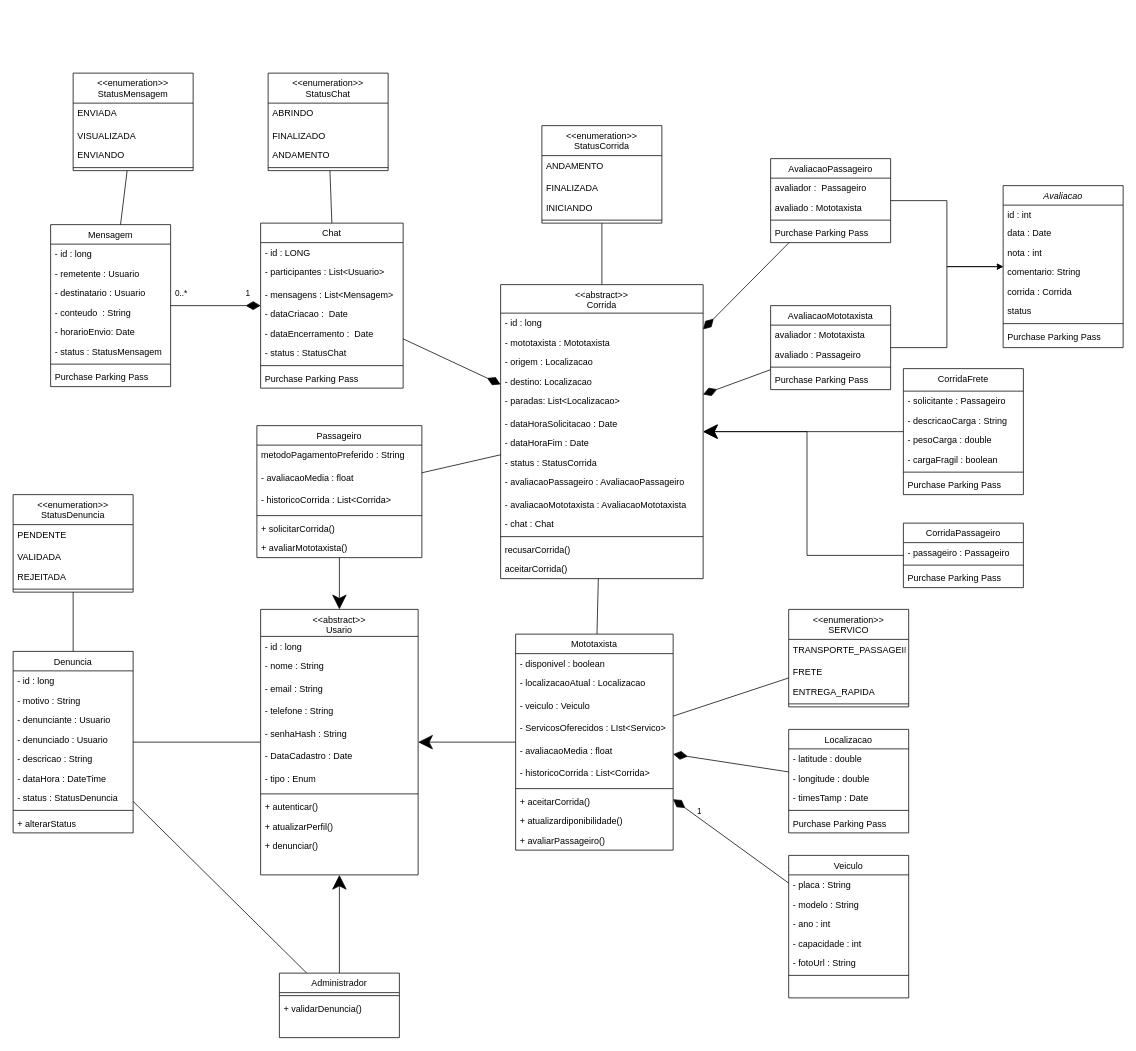
josevictoraraujorojas/Route-Pires keeps this draw.io diagram as Diagrama de classe.drawio. Above is the earlier version. Source tidied: cells renumbered, new cells numbered last; positions are measured from the earlier drawing's top-left corner, leaving out a move shared by most shapes. Both pictures are drawn from the tidied source at 75%, with x=0, y=0 at pixel (13, 73).
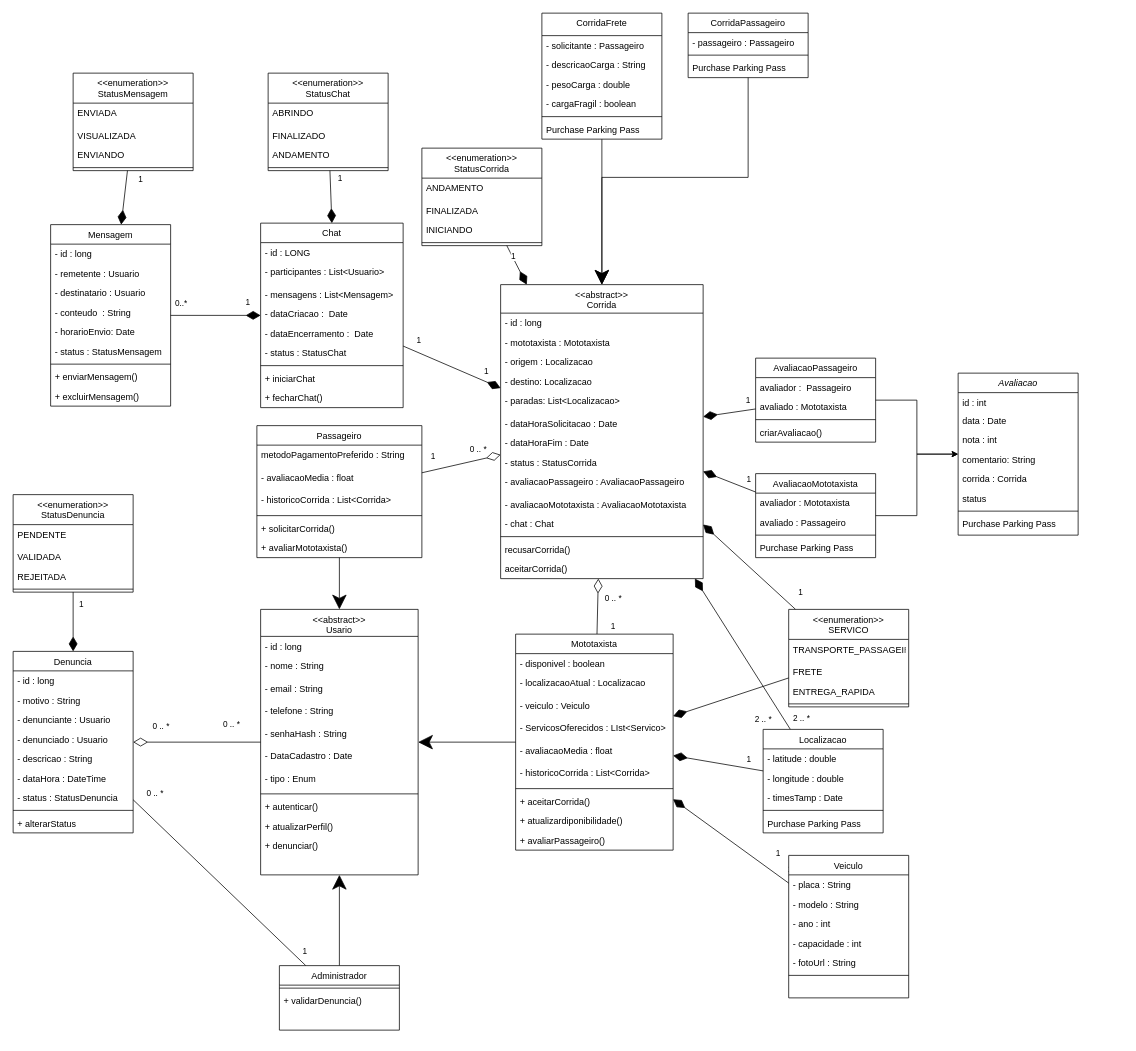
The same diagram, later.

The change refers to these unchanged cells:
```xml
<mxCell id="2" style="rounded=0;jettySize=auto;html=1;endArrow=diamondThin;endFill=1;endSize=17;" parent="1" edge="1" source="34" target="3">
  <mxGeometry relative="1" as="geometry" />
</mxCell>
<mxCell id="3" value="&lt;&lt;abstract&gt;&gt;&#10;Corrida" style="swimlane;fontStyle=0;align=center;verticalAlign=top;horizontal=1;startSize=38;rounded=0;shadow=0;strokeWidth=1;" parent="1" vertex="1">
  <mxGeometry x="650" y="282" width="270" height="392" as="geometry" />
</mxCell>
<mxCell id="68" style="rounded=0;jettySize=auto;html=1;endArrow=diamondThin;endFill=1;endSize=17;" parent="1" edge="1" source="69" target="3">
  <mxGeometry relative="1" as="geometry" />
</mxCell>
<mxCell id="74" style="rounded=0;jettySize=auto;html=1;endArrow=diamondThin;endFill=1;endSize=17;" parent="1" edge="1" source="62" target="3">
  <mxGeometry relative="1" as="geometry" />
</mxCell>
<mxCell id="77" value="Mototaxista" style="swimlane;fontStyle=0;align=center;verticalAlign=top;horizontal=1;startSize=26;rounded=0;shadow=0;strokeWidth=1;" parent="1" vertex="1">
  <mxGeometry x="670" y="748" width="210" height="288" as="geometry" />
</mxCell>
<mxCell id="88" style="rounded=0;jettySize=auto;html=1;endArrow=diamondThin;endFill=1;endSize=17;" parent="1" edge="1" source="91" target="77">
  <mxGeometry relative="1" as="geometry" />
</mxCell>
<mxCell id="99" value="&lt;&lt;abstract&gt;&gt;&#10;Usario" style="swimlane;fontStyle=0;align=center;verticalAlign=top;horizontal=1;startSize=36;rounded=0;shadow=0;strokeWidth=1;" parent="1" vertex="1">
  <mxGeometry x="330" y="715" width="210" height="354" as="geometry" />
</mxCell>
<mxCell id="113" value="Passageiro" style="swimlane;fontStyle=0;align=center;verticalAlign=top;horizontal=1;startSize=26;rounded=0;shadow=0;strokeWidth=1;" parent="1" vertex="1">
  <mxGeometry x="325" y="470" width="220" height="176" as="geometry" />
</mxCell>
<mxCell id="120" style="rounded=0;jettySize=auto;html=1;endArrow=diamondThin;endFill=1;endSize=17;" parent="1" edge="1" source="121" target="77">
  <mxGeometry relative="1" as="geometry" />
</mxCell>
<mxCell id="127" style="rounded=0;jettySize=auto;html=1;endArrow=none;startFill=0;" parent="1" edge="1" source="129" target="132">
  <mxGeometry relative="1" as="geometry" />
</mxCell>
<mxCell id="132" value="Denuncia" style="swimlane;fontStyle=0;align=center;verticalAlign=top;horizontal=1;startSize=26;rounded=0;shadow=0;strokeWidth=1;" parent="1" vertex="1">
  <mxGeometry y="771" width="160" height="242" as="geometry" />
</mxCell>
<mxCell id="143" value="&lt;&lt;enumeration&gt;&gt;&#10;StatusDenuncia" style="swimlane;fontStyle=0;align=center;verticalAlign=top;horizontal=1;startSize=40;rounded=0;shadow=0;strokeWidth=1;" parent="1" vertex="1">
  <mxGeometry y="562" width="160" height="130" as="geometry" />
</mxCell>
<mxCell id="149" value="&lt;&lt;enumeration&gt;&gt;&#10;SERVICO" style="swimlane;fontStyle=0;align=center;verticalAlign=top;horizontal=1;startSize=40;rounded=0;shadow=0;strokeWidth=1;" parent="1" vertex="1">
  <mxGeometry x="1034.1" y="715" width="160" height="130" as="geometry" />
</mxCell>
<mxCell id="155" value="&lt;&lt;enumeration&gt;&gt;&#10;StatusMensagem" style="swimlane;fontStyle=0;align=center;verticalAlign=top;horizontal=1;startSize=40;rounded=0;shadow=0;strokeWidth=1;" parent="1" vertex="1">
  <mxGeometry x="80" width="160" height="130" as="geometry" />
</mxCell>
<mxCell id="161" value="&lt;&lt;enumeration&gt;&gt;&#10;StatusChat" style="swimlane;fontStyle=0;align=center;verticalAlign=top;horizontal=1;startSize=40;rounded=0;shadow=0;strokeWidth=1;" parent="1" vertex="1">
  <mxGeometry x="340" width="160" height="130" as="geometry" />
</mxCell>
```

The edit, as a diff of the source:
```diff
@@
+    <mxCell id="172" value="1" style="edgeLabel;html=1;align=center;verticalAlign=middle;" parent="2" vertex="1">
+      <mxGeometry x="-0.83" y="3" relative="1" as="geometry">
+        <mxPoint x="8" y="-10" as="offset" />
+      </mxGeometry>
+    </mxCell>
+    <mxCell id="173" value="1" style="edgeLabel;html=1;align=center;verticalAlign=middle;" parent="2" vertex="1">
+      <mxGeometry x="0.58" y="1" relative="1" as="geometry">
+        <mxPoint x="7" y="-11" as="offset" />
+      </mxGeometry>
+    </mxCell>
@@
     <mxCell id="19" value="CorridaPassageiro" style="swimlane;fontStyle=0;align=center;verticalAlign=top;horizontal=1;startSize=26;rounded=0;shadow=0;strokeWidth=1;" parent="1" vertex="1">
-      <mxGeometry x="1187" y="600" width="160" height="86" as="geometry" />
+      <mxGeometry x="900" y="-80" width="160" height="86" as="geometry" />
     </mxCell>
@@
     <mxCell id="24" value="CorridaFrete" style="swimlane;fontStyle=0;align=center;verticalAlign=top;horizontal=1;startSize=30;rounded=0;shadow=0;strokeWidth=1;" parent="1" vertex="1">
-      <mxGeometry x="1187" y="394" width="160" height="168" as="geometry" />
+      <mxGeometry x="705" y="-80" width="160" height="168" as="geometry" />
     </mxCell>
@@
     <mxCell id="34" value="Chat" style="swimlane;fontStyle=0;align=center;verticalAlign=top;horizontal=1;startSize=26;rounded=0;shadow=0;strokeWidth=1;" parent="1" vertex="1">
-      <mxGeometry x="330" y="200" width="190" height="220" as="geometry" />
+      <mxGeometry x="330" y="200" width="190" height="246" as="geometry" />
     </mxCell>
@@
-    <mxCell id="42" value="Purchase Parking Pass" style="text;align=left;verticalAlign=top;spacingLeft=4;spacingRight=4;overflow=hidden;" parent="34" vertex="1">
+    <mxCell id="42" value="+ iniciarChat" style="text;align=left;verticalAlign=top;spacingLeft=4;spacingRight=4;overflow=hidden;" parent="34" vertex="1">
       <mxGeometry y="194" width="190" height="26" as="geometry" />
     </mxCell>
+    <mxCell id="174" value="+ fecharChat()" style="text;align=left;verticalAlign=top;spacingLeft=4;spacingRight=4;overflow=hidden;" parent="34" vertex="1">
+      <mxGeometry y="220" width="190" height="26" as="geometry" />
+    </mxCell>
     <mxCell id="43" value="Mensagem" style="swimlane;fontStyle=0;align=center;verticalAlign=top;horizontal=1;startSize=26;rounded=0;shadow=0;strokeWidth=1;" parent="1" vertex="1">
-      <mxGeometry x="50" y="202" width="160" height="216" as="geometry" />
+      <mxGeometry x="50" y="202" width="160" height="242" as="geometry" />
     </mxCell>
@@
-    <mxCell id="51" value="Purchase Parking Pass" style="text;align=left;verticalAlign=top;spacingLeft=4;spacingRight=4;overflow=hidden;" parent="43" vertex="1">
+    <mxCell id="51" value="+ enviarMensagem()" style="text;align=left;verticalAlign=top;spacingLeft=4;spacingRight=4;overflow=hidden;" parent="43" vertex="1">
       <mxGeometry y="190" width="160" height="26" as="geometry" />
     </mxCell>
+    <mxCell id="175" value="+ excluirMensagem()" style="text;align=left;verticalAlign=top;spacingLeft=4;spacingRight=4;overflow=hidden;" parent="43" vertex="1">
+      <mxGeometry y="216" width="160" height="26" as="geometry" />
+    </mxCell>
     <mxCell id="52" value="Avaliacao" style="swimlane;fontStyle=2;align=center;verticalAlign=top;horizontal=1;startSize=26;rounded=0;shadow=0;strokeWidth=1;" parent="1" vertex="1">
-      <mxGeometry x="1320" y="150" width="160" height="216" as="geometry" />
+      <mxGeometry x="1260" y="400" width="160" height="216" as="geometry" />
     </mxCell>
@@
     <mxCell id="62" value="AvaliacaoMototaxista" style="swimlane;fontStyle=0;align=center;verticalAlign=top;horizontal=1;startSize=26;rounded=0;shadow=0;strokeWidth=1;" parent="1" vertex="1">
-      <mxGeometry x="1010" y="310" width="160" height="112" as="geometry" />
+      <mxGeometry x="990" y="534" width="160" height="112" as="geometry" />
     </mxCell>
@@
+    <mxCell id="176" value="1" style="edgeLabel;html=1;align=center;verticalAlign=middle;" parent="68" vertex="1">
+      <mxGeometry x="-0.66" y="-2" relative="1" as="geometry">
+        <mxPoint x="2" y="-12" as="offset" />
+      </mxGeometry>
+    </mxCell>
     <mxCell id="69" value="AvaliacaoPassageiro" style="swimlane;fontStyle=0;align=center;verticalAlign=top;horizontal=1;startSize=26;rounded=0;shadow=0;strokeWidth=1;" parent="1" vertex="1">
-      <mxGeometry x="1010" y="114" width="160" height="112" as="geometry" />
+      <mxGeometry x="990" y="380" width="160" height="112" as="geometry" />
     </mxCell>
@@
-    <mxCell id="73" value="Purchase Parking Pass" style="text;align=left;verticalAlign=top;spacingLeft=4;spacingRight=4;overflow=hidden;" parent="69" vertex="1">
+    <mxCell id="73" value="criarAvaliacao()" style="text;align=left;verticalAlign=top;spacingLeft=4;spacingRight=4;overflow=hidden;" parent="69" vertex="1">
       <mxGeometry y="86" width="160" height="26" as="geometry" />
     </mxCell>
@@
+    <mxCell id="177" value="1" style="edgeLabel;html=1;align=center;verticalAlign=middle;" parent="74" vertex="1">
+      <mxGeometry x="-0.65" y="2" relative="1" as="geometry">
+        <mxPoint x="3" y="-15" as="offset" />
+      </mxGeometry>
+    </mxCell>
@@
-    <mxCell id="76" style="rounded=0;jettySize=auto;html=1;endArrow=none;startFill=0;" parent="1" edge="1" source="77" target="3">
+    <mxCell id="76" style="rounded=0;jettySize=auto;html=1;endArrow=diamondThin;startFill=0;endFill=0;endSize=17;" parent="1" edge="1" source="77" target="3">
       <mxGeometry relative="1" as="geometry" />
     </mxCell>
+    <mxCell id="178" value="0 .. *" style="edgeLabel;html=1;align=center;verticalAlign=middle;" parent="76" vertex="1">
+      <mxGeometry x="0.33" y="-2" relative="1" as="geometry">
+        <mxPoint x="18" as="offset" />
+      </mxGeometry>
+    </mxCell>
+    <mxCell id="179" value="1" style="edgeLabel;html=1;align=center;verticalAlign=middle;" parent="76" vertex="1">
+      <mxGeometry x="-0.67" y="-1" relative="1" as="geometry">
+        <mxPoint x="20" as="offset" />
+      </mxGeometry>
+    </mxCell>
@@
     <mxCell id="90" value="1" style="edgeLabel;html=1;align=center;verticalAlign=middle;" parent="88" vertex="1">
       <mxGeometry x="0.71" y="1" relative="1" as="geometry">
-        <mxPoint x="13" y="-2" as="offset" />
+        <mxPoint x="118" y="54" as="offset" />
       </mxGeometry>
     </mxCell>
@@
-    <mxCell id="98" style="rounded=0;jettySize=auto;html=1;endArrow=none;startFill=0;" parent="1" edge="1" source="99" target="132">
+    <mxCell id="98" style="rounded=0;jettySize=auto;html=1;endArrow=diamondThin;startFill=0;endFill=0;endSize=17;" parent="1" edge="1" source="99" target="132">
       <mxGeometry relative="1" as="geometry" />
     </mxCell>
+    <mxCell id="180" value="0 .. *" style="edgeLabel;html=1;align=center;verticalAlign=middle;" parent="98" vertex="1">
+      <mxGeometry x="0.64" y="-4" relative="1" as="geometry">
+        <mxPoint x="99" y="-21" as="offset" />
+      </mxGeometry>
+    </mxCell>
+    <mxCell id="181" value="0 .. *" style="edgeLabel;html=1;align=center;verticalAlign=middle;" parent="98" vertex="1">
+      <mxGeometry x="0.58" y="4" relative="1" as="geometry">
+        <mxPoint y="-26" as="offset" />
+      </mxGeometry>
+    </mxCell>
@@
-    <mxCell id="112" style="rounded=0;jettySize=auto;html=1;endArrow=none;startFill=0;" parent="1" edge="1" source="113" target="3">
+    <mxCell id="112" style="rounded=0;jettySize=auto;html=1;endArrow=diamondThin;startFill=0;endFill=0;endSize=17;" parent="1" edge="1" source="113" target="3">
       <mxGeometry relative="1" as="geometry" />
     </mxCell>
+    <mxCell id="182" value="0 .. *" style="edgeLabel;html=1;align=center;verticalAlign=middle;" parent="112" vertex="1">
+      <mxGeometry x="0.52" relative="1" as="geometry">
+        <mxPoint x="-5" y="-13" as="offset" />
+      </mxGeometry>
+    </mxCell>
+    <mxCell id="183" value="1" style="edgeLabel;html=1;align=center;verticalAlign=middle;" parent="112" vertex="1">
+      <mxGeometry x="-0.7" y="-1" relative="1" as="geometry">
+        <mxPoint x="-1" y="-20" as="offset" />
+      </mxGeometry>
+    </mxCell>
@@
+    <mxCell id="184" value="1" style="edgeLabel;html=1;align=center;verticalAlign=middle;" parent="120" vertex="1">
+      <mxGeometry x="0.27" y="2" relative="1" as="geometry">
+        <mxPoint x="57" y="-5" as="offset" />
+      </mxGeometry>
+    </mxCell>
+    <mxCell id="185" style="rounded=0;jettySize=auto;html=1;endArrow=diamondThin;endFill=1;endSize=17;" parent="1" edge="1" source="121" target="3">
+      <mxGeometry relative="1" as="geometry" />
+    </mxCell>
+    <mxCell id="186" value="&lt;div&gt;2 .. *&lt;/div&gt;" style="edgeLabel;html=1;align=center;verticalAlign=middle;" parent="185" vertex="1">
+      <mxGeometry x="0.74" relative="1" as="geometry">
+        <mxPoint x="74" y="160" as="offset" />
+      </mxGeometry>
+    </mxCell>
     <mxCell id="121" value="Localizacao" style="swimlane;fontStyle=0;align=center;verticalAlign=top;horizontal=1;startSize=26;rounded=0;shadow=0;strokeWidth=1;" parent="1" vertex="1">
-      <mxGeometry x="1034.1" y="875" width="160" height="138" as="geometry" />
+      <mxGeometry x="1000" y="875" width="160" height="138" as="geometry" />
     </mxCell>
@@
+    <mxCell id="187" value="0 .. *" style="edgeLabel;html=1;align=center;verticalAlign=middle;" parent="127" vertex="1">
+      <mxGeometry x="0.04" y="1" relative="1" as="geometry">
+        <mxPoint x="-81" y="-116" as="offset" />
+      </mxGeometry>
+    </mxCell>
+    <mxCell id="188" value="1" style="edgeLabel;html=1;align=center;verticalAlign=middle;" parent="127" vertex="1">
+      <mxGeometry x="-0.83" y="-1" relative="1" as="geometry">
+        <mxPoint x="17" as="offset" />
+      </mxGeometry>
+    </mxCell>
@@
     <mxCell id="129" value="Administrador" style="swimlane;fontStyle=0;align=center;verticalAlign=top;horizontal=1;startSize=26;rounded=0;shadow=0;strokeWidth=1;" parent="1" vertex="1">
-      <mxGeometry x="355" y="1200" width="160" height="86" as="geometry" />
+      <mxGeometry x="355" y="1190" width="160" height="86" as="geometry" />
     </mxCell>
@@
-    <mxCell id="142" style="rounded=0;jettySize=auto;html=1;endArrow=none;startFill=0;" parent="1" edge="1" source="143" target="132">
+    <mxCell id="142" style="rounded=0;jettySize=auto;html=1;endArrow=diamondThin;startFill=0;endFill=1;endSize=17;" parent="1" edge="1" source="143" target="132">
       <mxGeometry relative="1" as="geometry" />
     </mxCell>
+    <mxCell id="189" value="1" style="edgeLabel;html=1;align=center;verticalAlign=middle;" parent="142" vertex="1">
+      <mxGeometry x="-0.62" y="1" relative="1" as="geometry">
+        <mxPoint x="9" as="offset" />
+      </mxGeometry>
+    </mxCell>
@@
-    <mxCell id="148" style="rounded=0;jettySize=auto;html=1;endArrow=none;startFill=0;" parent="1" edge="1" source="149" target="77">
+    <mxCell id="148" style="rounded=0;jettySize=auto;html=1;endArrow=diamondThin;startFill=0;endFill=1;endSize=17;" parent="1" edge="1" source="149" target="77">
       <mxGeometry relative="1" as="geometry" />
     </mxCell>
+    <mxCell id="190" value="2 .. *" style="edgeLabel;html=1;align=center;verticalAlign=middle;" parent="148" vertex="1">
+      <mxGeometry x="-0.12" y="-1" relative="1" as="geometry">
+        <mxPoint x="84" y="32" as="offset" />
+      </mxGeometry>
+    </mxCell>
+    <mxCell id="191" style="rounded=0;jettySize=auto;html=1;endArrow=diamondThin;endFill=1;endSize=17;" parent="1" edge="1" source="149" target="3">
+      <mxGeometry relative="1" as="geometry" />
+    </mxCell>
+    <mxCell id="192" value="1" style="edgeLabel;html=1;align=center;verticalAlign=middle;" parent="191" vertex="1">
+      <mxGeometry x="0.61" y="3" relative="1" as="geometry">
+        <mxPoint x="108" y="66" as="offset" />
+      </mxGeometry>
+    </mxCell>
@@
-    <mxCell id="154" style="rounded=0;jettySize=auto;html=1;endArrow=none;startFill=0;" parent="1" edge="1" source="155" target="43">
+    <mxCell id="154" style="rounded=0;jettySize=auto;html=1;endArrow=diamondThin;startFill=0;endFill=1;endSize=17;" parent="1" edge="1" source="155" target="43">
       <mxGeometry relative="1" as="geometry" />
     </mxCell>
+    <mxCell id="193" value="1" style="edgeLabel;html=1;align=center;verticalAlign=middle;" parent="154" vertex="1">
+      <mxGeometry x="-0.63" y="2" relative="1" as="geometry">
+        <mxPoint x="17" y="-3" as="offset" />
+      </mxGeometry>
+    </mxCell>
@@
-    <mxCell id="160" style="rounded=0;jettySize=auto;html=1;entryX=0.5;entryY=0;entryDx=0;entryDy=0;endArrow=none;startFill=0;" parent="1" edge="1" source="161" target="34">
+    <mxCell id="160" style="rounded=0;jettySize=auto;html=1;entryX=0.5;entryY=0;entryDx=0;entryDy=0;endArrow=diamondThin;startFill=0;endFill=1;endSize=17;" parent="1" edge="1" source="161" target="34">
       <mxGeometry relative="1" as="geometry" />
     </mxCell>
+    <mxCell id="194" value="1" style="edgeLabel;html=1;align=center;verticalAlign=middle;" parent="160" vertex="1">
+      <mxGeometry x="-0.34" y="4" relative="1" as="geometry">
+        <mxPoint x="8" y="-13" as="offset" />
+      </mxGeometry>
+    </mxCell>
@@
-    <mxCell id="166" style="rounded=0;jettySize=auto;html=1;endArrow=none;startFill=0;" parent="1" edge="1" source="167" target="3">
+    <mxCell id="166" style="rounded=0;jettySize=auto;html=1;endArrow=diamondThin;startFill=0;endFill=1;endSize=17;" parent="1" edge="1" source="167" target="3">
       <mxGeometry relative="1" as="geometry" />
     </mxCell>
+    <mxCell id="195" value="1" style="edgeLabel;html=1;align=center;verticalAlign=middle;" parent="166" vertex="1">
+      <mxGeometry x="-0.46" y="1" relative="1" as="geometry" />
+    </mxCell>
     <mxCell id="167" value="&lt;&lt;enumeration&gt;&gt;&#10;StatusCorrida" style="swimlane;fontStyle=0;align=center;verticalAlign=top;horizontal=1;startSize=40;rounded=0;shadow=0;strokeWidth=1;" parent="1" vertex="1">
-      <mxGeometry x="705" y="70" width="160" height="130" as="geometry" />
+      <mxGeometry x="545" y="100" width="160" height="130" as="geometry" />
     </mxCell>
```
